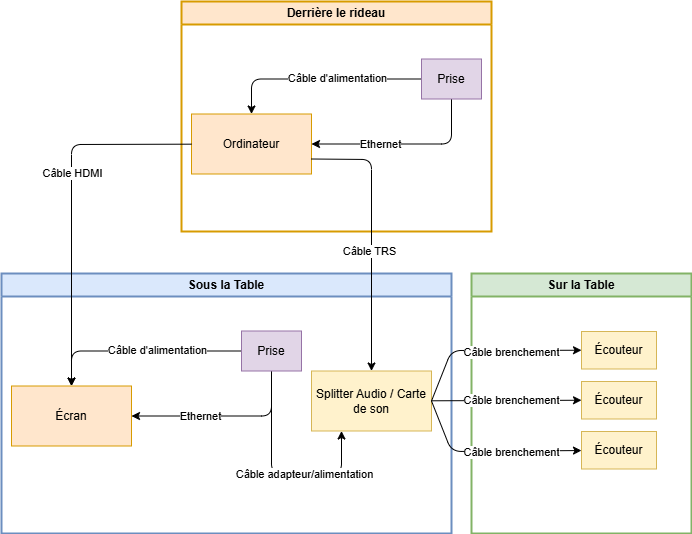
Above: technique/synoptique.drawio.png in deux-intelligence/deux-neurones (draw.io), before the change. Source tidied: cells renumbered, new cells last; positions are measured from the earlier drawing's top-left corner, leaving out a move shared by most shapes. The source it was exported from:
```xml
<mxGraphModel>
  <root>
    <mxCell id="0" />
    <mxCell id="1" parent="0" />
    <mxCell id="2" value="Derrière le rideau" style="swimlane;whiteSpace=wrap;html=1;fillColor=#ffe6cc;strokeColor=#d79b00;strokeWidth=2;" parent="1" vertex="1">
      <mxGeometry x="180" width="310" height="230" as="geometry" />
    </mxCell>
    <mxCell id="3" value="Ordinateur" style="rounded=0;whiteSpace=wrap;html=1;fillColor=#ffe6cc;strokeColor=#d79b00;" parent="2" vertex="1">
      <mxGeometry x="10" y="112.5" width="120" height="60" as="geometry" />
    </mxCell>
    <mxCell id="4" style="edgeStyle=none;html=1;entryX=0.5;entryY=0;entryDx=0;entryDy=0;" parent="2" edge="1" source="8" target="3">
      <mxGeometry relative="1" as="geometry">
        <Array as="points">
          <mxPoint x="70" y="77.5" />
        </Array>
      </mxGeometry>
    </mxCell>
    <mxCell id="5" value="Câble d'alimentation" style="edgeLabel;html=1;align=center;verticalAlign=middle;" parent="4" vertex="1">
      <mxGeometry x="-0.17" y="-1" relative="1" as="geometry" />
    </mxCell>
    <mxCell id="6" style="edgeStyle=none;html=1;exitX=0.5;exitY=1;exitDx=0;exitDy=0;entryX=1;entryY=0.5;entryDx=0;entryDy=0;" parent="2" edge="1" source="8" target="3">
      <mxGeometry relative="1" as="geometry">
        <Array as="points">
          <mxPoint x="270" y="142.5" />
        </Array>
      </mxGeometry>
    </mxCell>
    <mxCell id="7" value="Ethernet" style="edgeLabel;html=1;align=center;verticalAlign=middle;" parent="6" vertex="1">
      <mxGeometry x="0.27" relative="1" as="geometry" />
    </mxCell>
    <mxCell id="8" value="Prise" style="rounded=0;whiteSpace=wrap;html=1;fillColor=#e1d5e7;strokeColor=#9673a6;" parent="2" vertex="1">
      <mxGeometry x="240" y="57.5" width="60" height="40" as="geometry" />
    </mxCell>
    <mxCell id="9" value="Sous la Table" style="swimlane;whiteSpace=wrap;html=1;fillColor=#dae8fc;strokeColor=#6c8ebf;strokeWidth=2;" parent="1" vertex="1">
      <mxGeometry y="272" width="450" height="260" as="geometry" />
    </mxCell>
    <mxCell id="10" value="Écran" style="rounded=0;whiteSpace=wrap;html=1;fillColor=#ffe6cc;strokeColor=#d79b00;" parent="9" vertex="1">
      <mxGeometry x="10" y="112.5" width="120" height="60" as="geometry" />
    </mxCell>
    <mxCell id="11" style="edgeStyle=none;html=1;entryX=0.5;entryY=0;entryDx=0;entryDy=0;" parent="9" edge="1" source="17" target="10">
      <mxGeometry relative="1" as="geometry">
        <Array as="points">
          <mxPoint x="70" y="77.5" />
        </Array>
      </mxGeometry>
    </mxCell>
    <mxCell id="12" value="Câble d'alimentation" style="edgeLabel;html=1;align=center;verticalAlign=middle;" parent="11" vertex="1">
      <mxGeometry x="-0.17" y="-1" relative="1" as="geometry" />
    </mxCell>
    <mxCell id="13" style="edgeStyle=none;html=1;exitX=0.5;exitY=1;exitDx=0;exitDy=0;entryX=1;entryY=0.5;entryDx=0;entryDy=0;" parent="9" edge="1" source="17" target="10">
      <mxGeometry relative="1" as="geometry">
        <Array as="points">
          <mxPoint x="270" y="142.5" />
        </Array>
      </mxGeometry>
    </mxCell>
    <mxCell id="14" value="Ethernet" style="edgeLabel;html=1;align=center;verticalAlign=middle;" parent="13" vertex="1">
      <mxGeometry x="0.27" relative="1" as="geometry" />
    </mxCell>
    <mxCell id="15" style="edgeStyle=none;html=1;exitX=0.5;exitY=1;exitDx=0;exitDy=0;entryX=0.25;entryY=1;entryDx=0;entryDy=0;" parent="9" edge="1" source="17" target="18">
      <mxGeometry relative="1" as="geometry">
        <Array as="points">
          <mxPoint x="270" y="200" />
          <mxPoint x="340" y="200" />
        </Array>
      </mxGeometry>
    </mxCell>
    <mxCell id="16" value="Câble adapteur/alimentation" style="edgeLabel;html=1;align=center;verticalAlign=middle;" parent="15" vertex="1">
      <mxGeometry x="0.25" relative="1" as="geometry" />
    </mxCell>
    <mxCell id="17" value="Prise" style="rounded=0;whiteSpace=wrap;html=1;fillColor=#e1d5e7;strokeColor=#9673a6;" parent="9" vertex="1">
      <mxGeometry x="240" y="57.5" width="60" height="40" as="geometry" />
    </mxCell>
    <mxCell id="18" value="Splitter Audio / Carte de son" style="whiteSpace=wrap;html=1;fillColor=#fff2cc;strokeColor=#d6b656;" parent="9" vertex="1">
      <mxGeometry x="310" y="97.5" width="120" height="60" as="geometry" />
    </mxCell>
    <mxCell id="19" style="edgeStyle=none;html=1;" parent="1" edge="1" source="3" target="10">
      <mxGeometry relative="1" as="geometry">
        <Array as="points">
          <mxPoint x="70" y="143" />
        </Array>
      </mxGeometry>
    </mxCell>
    <mxCell id="20" value="Câble HDMI" style="edgeLabel;html=1;align=center;verticalAlign=middle;" parent="19" vertex="1">
      <mxGeometry x="-0.17" relative="1" as="geometry" />
    </mxCell>
    <mxCell id="21" style="edgeStyle=none;html=1;exitX=1;exitY=0.75;exitDx=0;exitDy=0;entryX=0.5;entryY=0;entryDx=0;entryDy=0;" parent="1" edge="1" source="3" target="18">
      <mxGeometry relative="1" as="geometry">
        <Array as="points">
          <mxPoint x="370" y="158" />
        </Array>
      </mxGeometry>
    </mxCell>
    <mxCell id="22" value="Câble TRS" style="edgeLabel;html=1;align=center;verticalAlign=middle;" parent="21" vertex="1">
      <mxGeometry x="0.08" y="-3" relative="1" as="geometry">
        <mxPoint y="5" as="offset" />
      </mxGeometry>
    </mxCell>
    <mxCell id="23" value="Sur la Table" style="swimlane;whiteSpace=wrap;html=1;fillColor=#d5e8d4;strokeColor=#82b366;strokeWidth=2;startSize=23;" parent="1" vertex="1">
      <mxGeometry x="470" y="272" width="220" height="260" as="geometry" />
    </mxCell>
    <mxCell id="24" value="Écouteur" style="rounded=0;whiteSpace=wrap;html=1;fillColor=#fff2cc;strokeColor=#d6b656;" parent="23" vertex="1">
      <mxGeometry x="110" y="158" width="75" height="37.5" as="geometry" />
    </mxCell>
    <mxCell id="25" value="Écouteur" style="rounded=0;whiteSpace=wrap;html=1;fillColor=#fff2cc;strokeColor=#d6b656;" parent="23" vertex="1">
      <mxGeometry x="110" y="108" width="75" height="37.5" as="geometry" />
    </mxCell>
    <mxCell id="26" value="Écouteur" style="rounded=0;whiteSpace=wrap;html=1;fillColor=#fff2cc;strokeColor=#d6b656;" parent="23" vertex="1">
      <mxGeometry x="110" y="58" width="75" height="37.5" as="geometry" />
    </mxCell>
    <mxCell id="27" style="edgeStyle=none;html=1;exitX=1;exitY=0.5;exitDx=0;exitDy=0;entryX=0;entryY=0.5;entryDx=0;entryDy=0;" parent="1" edge="1" source="18" target="26">
      <mxGeometry relative="1" as="geometry">
        <Array as="points">
          <mxPoint x="450" y="349" />
        </Array>
      </mxGeometry>
    </mxCell>
    <mxCell id="28" style="edgeStyle=none;html=1;entryX=0;entryY=0.5;entryDx=0;entryDy=0;" parent="1" edge="1" source="18" target="25">
      <mxGeometry relative="1" as="geometry" />
    </mxCell>
    <mxCell id="29" value="Câble brenchement" style="edgeLabel;html=1;align=center;verticalAlign=middle;" parent="28" vertex="1">
      <mxGeometry x="0.06" y="1" relative="1" as="geometry" />
    </mxCell>
    <mxCell id="30" style="edgeStyle=none;html=1;exitX=1;exitY=0.5;exitDx=0;exitDy=0;" parent="1" edge="1" source="18" target="24">
      <mxGeometry relative="1" as="geometry">
        <Array as="points">
          <mxPoint x="450" y="450" />
        </Array>
      </mxGeometry>
    </mxCell>
    <mxCell id="31" value="Câble brenchement" style="edgeLabel;html=1;align=center;verticalAlign=middle;" parent="1" vertex="1">
      <mxGeometry x="510" y="350" as="geometry" />
    </mxCell>
    <mxCell id="32" value="Câble brenchement" style="edgeLabel;html=1;align=center;verticalAlign=middle;" parent="1" vertex="1">
      <mxGeometry x="510" y="450" as="geometry" />
    </mxCell>
  </root>
</mxGraphModel>
```
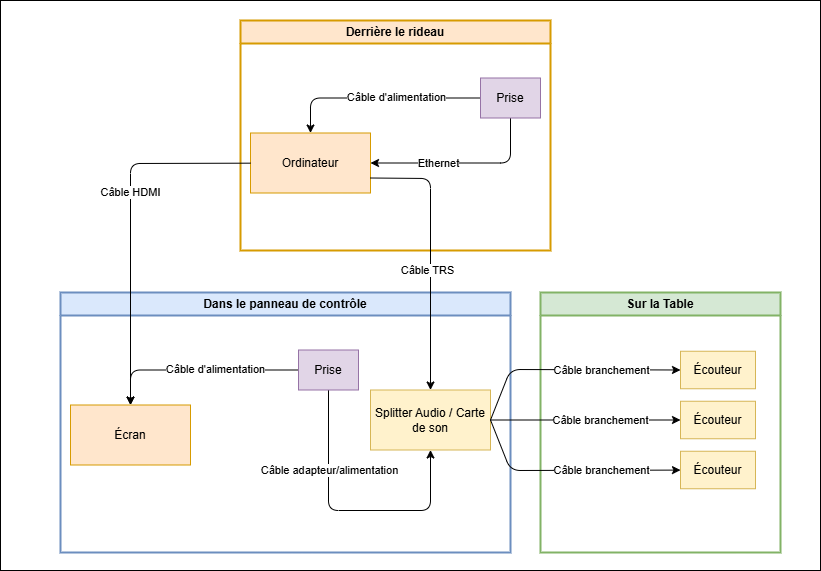
The same diagram one commit later.

Diff of the diagram source:
```diff
@@ -2,6 +2,9 @@
   <root>
     <mxCell id="0" />
     <mxCell id="1" parent="0" />
+    <mxCell id="33" style="rounded=0;whiteSpace=wrap;html=1;" parent="1" vertex="1">
+      <mxGeometry x="-60" y="-20" width="820" height="570" as="geometry" />
+    </mxCell>
     <mxCell id="2" value="Derrière le rideau" style="swimlane;whiteSpace=wrap;html=1;fillColor=#ffe6cc;strokeColor=#d79b00;strokeWidth=2;" parent="1" vertex="1">
       <mxGeometry x="180" width="310" height="230" as="geometry" />
     </mxCell>
@@ -31,7 +34,7 @@
     <mxCell id="8" value="Prise" style="rounded=0;whiteSpace=wrap;html=1;fillColor=#e1d5e7;strokeColor=#9673a6;" parent="2" vertex="1">
       <mxGeometry x="240" y="57.5" width="60" height="40" as="geometry" />
     </mxCell>
-    <mxCell id="9" value="Sous la Table" style="swimlane;whiteSpace=wrap;html=1;fillColor=#dae8fc;strokeColor=#6c8ebf;strokeWidth=2;" parent="1" vertex="1">
+    <mxCell id="9" value="Dans le panneau de contrôle" style="swimlane;whiteSpace=wrap;html=1;fillColor=#dae8fc;strokeColor=#6c8ebf;strokeWidth=2;" parent="1" vertex="1">
       <mxGeometry y="272" width="450" height="260" as="geometry" />
     </mxCell>
     <mxCell id="10" value="Écran" style="rounded=0;whiteSpace=wrap;html=1;fillColor=#ffe6cc;strokeColor=#d79b00;" parent="9" vertex="1">
@@ -47,29 +50,21 @@
     <mxCell id="12" value="Câble d'alimentation" style="edgeLabel;html=1;align=center;verticalAlign=middle;" parent="11" vertex="1">
       <mxGeometry x="-0.17" y="-1" relative="1" as="geometry" />
     </mxCell>
-    <mxCell id="13" style="edgeStyle=none;html=1;exitX=0.5;exitY=1;exitDx=0;exitDy=0;entryX=1;entryY=0.5;entryDx=0;entryDy=0;" parent="9" edge="1" source="17" target="10">
-      <mxGeometry relative="1" as="geometry">
-        <Array as="points">
-          <mxPoint x="270" y="142.5" />
-        </Array>
-      </mxGeometry>
-    </mxCell>
-    <mxCell id="14" value="Ethernet" style="edgeLabel;html=1;align=center;verticalAlign=middle;" parent="13" vertex="1">
-      <mxGeometry x="0.27" relative="1" as="geometry" />
-    </mxCell>
-    <mxCell id="15" style="edgeStyle=none;html=1;exitX=0.5;exitY=1;exitDx=0;exitDy=0;entryX=0.25;entryY=1;entryDx=0;entryDy=0;" parent="9" edge="1" source="17" target="18">
+    <mxCell id="15" style="edgeStyle=none;html=1;exitX=0.5;exitY=1;exitDx=0;exitDy=0;entryX=0.5;entryY=1;entryDx=0;entryDy=0;" parent="9" edge="1" source="17" target="18">
       <mxGeometry relative="1" as="geometry">
         <Array as="points">
-          <mxPoint x="270" y="200" />
-          <mxPoint x="340" y="200" />
+          <mxPoint x="268" y="218" />
+          <mxPoint x="370" y="218" />
         </Array>
       </mxGeometry>
     </mxCell>
-    <mxCell id="16" value="Câble adapteur/alimentation" style="edgeLabel;html=1;align=center;verticalAlign=middle;" parent="15" vertex="1">
-      <mxGeometry x="0.25" relative="1" as="geometry" />
+    <mxCell id="16" value="&lt;span style=&quot;color: rgb(0, 0, 0);&quot;&gt;Câble adapteur/alimentation&lt;/span&gt;" style="edgeLabel;html=1;align=center;verticalAlign=middle;" parent="15" vertex="1">
+      <mxGeometry x="0.13" y="-1" relative="1" as="geometry">
+        <mxPoint x="-39" y="-41" as="offset" />
+      </mxGeometry>
     </mxCell>
     <mxCell id="17" value="Prise" style="rounded=0;whiteSpace=wrap;html=1;fillColor=#e1d5e7;strokeColor=#9673a6;" parent="9" vertex="1">
-      <mxGeometry x="240" y="57.5" width="60" height="40" as="geometry" />
+      <mxGeometry x="238" y="57.5" width="60" height="40" as="geometry" />
     </mxCell>
     <mxCell id="18" value="Splitter Audio / Carte de son" style="whiteSpace=wrap;html=1;fillColor=#fff2cc;strokeColor=#d6b656;" parent="9" vertex="1">
       <mxGeometry x="310" y="97.5" width="120" height="60" as="geometry" />
@@ -97,16 +92,16 @@
       </mxGeometry>
     </mxCell>
     <mxCell id="23" value="Sur la Table" style="swimlane;whiteSpace=wrap;html=1;fillColor=#d5e8d4;strokeColor=#82b366;strokeWidth=2;startSize=23;" parent="1" vertex="1">
-      <mxGeometry x="470" y="272" width="220" height="260" as="geometry" />
+      <mxGeometry x="480" y="272" width="240" height="260" as="geometry" />
     </mxCell>
     <mxCell id="24" value="Écouteur" style="rounded=0;whiteSpace=wrap;html=1;fillColor=#fff2cc;strokeColor=#d6b656;" parent="23" vertex="1">
-      <mxGeometry x="110" y="158" width="75" height="37.5" as="geometry" />
+      <mxGeometry x="140" y="158.8" width="75" height="37.5" as="geometry" />
     </mxCell>
     <mxCell id="25" value="Écouteur" style="rounded=0;whiteSpace=wrap;html=1;fillColor=#fff2cc;strokeColor=#d6b656;" parent="23" vertex="1">
-      <mxGeometry x="110" y="108" width="75" height="37.5" as="geometry" />
+      <mxGeometry x="140" y="108.8" width="75" height="37.5" as="geometry" />
     </mxCell>
     <mxCell id="26" value="Écouteur" style="rounded=0;whiteSpace=wrap;html=1;fillColor=#fff2cc;strokeColor=#d6b656;" parent="23" vertex="1">
-      <mxGeometry x="110" y="58" width="75" height="37.5" as="geometry" />
+      <mxGeometry x="140" y="58.8" width="75" height="37.5" as="geometry" />
     </mxCell>
     <mxCell id="27" style="edgeStyle=none;html=1;exitX=1;exitY=0.5;exitDx=0;exitDy=0;entryX=0;entryY=0.5;entryDx=0;entryDy=0;" parent="1" edge="1" source="18" target="26">
       <mxGeometry relative="1" as="geometry">
@@ -115,11 +110,18 @@
         </Array>
       </mxGeometry>
     </mxCell>
+    <mxCell id="34" value="&lt;span style=&quot;color: rgb(0, 0, 0);&quot;&gt;Câble branchement&lt;/span&gt;" style="edgeLabel;html=1;align=center;verticalAlign=middle;" parent="27" vertex="1">
+      <mxGeometry x="0.21" y="1" relative="1" as="geometry">
+        <mxPoint x="9" y="1" as="offset" />
+      </mxGeometry>
+    </mxCell>
     <mxCell id="28" style="edgeStyle=none;html=1;entryX=0;entryY=0.5;entryDx=0;entryDy=0;" parent="1" edge="1" source="18" target="25">
       <mxGeometry relative="1" as="geometry" />
     </mxCell>
-    <mxCell id="29" value="Câble brenchement" style="edgeLabel;html=1;align=center;verticalAlign=middle;" parent="28" vertex="1">
-      <mxGeometry x="0.06" y="1" relative="1" as="geometry" />
+    <mxCell id="29" value="Câble branchement" style="edgeLabel;html=1;align=center;verticalAlign=middle;" parent="28" vertex="1">
+      <mxGeometry x="0.06" y="1" relative="1" as="geometry">
+        <mxPoint x="9" y="1" as="offset" />
+      </mxGeometry>
     </mxCell>
     <mxCell id="30" style="edgeStyle=none;html=1;exitX=1;exitY=0.5;exitDx=0;exitDy=0;" parent="1" edge="1" source="18" target="24">
       <mxGeometry relative="1" as="geometry">
@@ -128,11 +130,10 @@
         </Array>
       </mxGeometry>
     </mxCell>
-    <mxCell id="31" value="Câble brenchement" style="edgeLabel;html=1;align=center;verticalAlign=middle;" parent="1" vertex="1">
-      <mxGeometry x="510" y="350" as="geometry" />
-    </mxCell>
-    <mxCell id="32" value="Câble brenchement" style="edgeLabel;html=1;align=center;verticalAlign=middle;" parent="1" vertex="1">
-      <mxGeometry x="510" y="450" as="geometry" />
-    </mxCell>
+    <mxCell id="35" value="&lt;span style=&quot;color: rgb(0, 0, 0);&quot;&gt;Câble branchement&lt;/span&gt;" style="edgeLabel;html=1;align=center;verticalAlign=middle;" parent="30" vertex="1">
+      <mxGeometry x="0.23" relative="1" as="geometry">
+        <mxPoint x="7" as="offset" />
+      </mxGeometry>
+    </mxCell>
   </root>
 </mxGraphModel>
```
